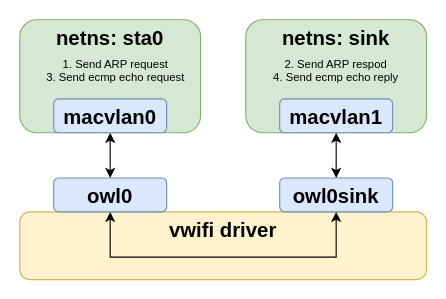
The draw.io diagram assets/vwifi.drawio in sysprog21/vwifi, before the edit. Source tidied: cells renumbered, new cells numbered last; positions are measured from the earlier drawing's top-left corner, leaving out a move shared by most shapes. Both pictures are drawn from the tidied source at 113%, with x=0, y=0 at pixel (19, 19).
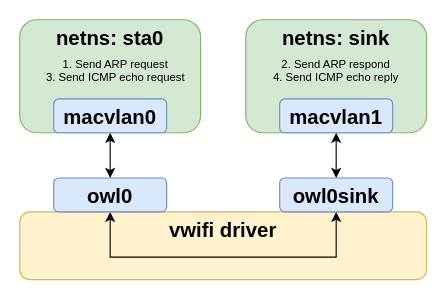
The same page after the edit.

Commit message (it also covers changes not shown here):
Fix data path diagram typo

The edit, as a diff of the source:
```diff
@@
 <mxGraphModel>
   <root>
     <mxCell id="0" />
     <mxCell id="1" parent="0" />
     <mxCell id="2" value="&lt;font style=&quot;font-size: 18px&quot;&gt;&lt;b&gt;netns: sta0&lt;/b&gt;&lt;/font&gt;" style="rounded=1;whiteSpace=wrap;html=1;fillColor=#d5e8d4;strokeColor=#82b366;verticalAlign=top;" parent="1" vertex="1">
       <mxGeometry width="160" height="100" as="geometry" />
     </mxCell>
     <mxCell id="3" value="&lt;font style=&quot;font-size: 18px&quot;&gt;&lt;b&gt;vwifi driver&lt;/b&gt;&lt;/font&gt;" style="rounded=1;whiteSpace=wrap;html=1;fillColor=#fff2cc;strokeColor=#d6b656;verticalAlign=top;" parent="1" vertex="1">
       <mxGeometry y="170" width="360" height="60" as="geometry" />
     </mxCell>
     <mxCell id="4" value="&lt;font style=&quot;font-size: 18px&quot;&gt;&lt;b&gt;netns: sink&lt;/b&gt;&lt;/font&gt;" style="rounded=1;whiteSpace=wrap;html=1;fillColor=#d5e8d4;strokeColor=#82b366;verticalAlign=top;" parent="1" vertex="1">
       <mxGeometry x="200" width="160" height="100" as="geometry" />
     </mxCell>
     <mxCell id="5" style="edgeStyle=orthogonalEdgeStyle;rounded=0;jettySize=auto;html=1;fontSize=18;entryX=0.5;entryY=1;entryDx=0;entryDy=0;startArrow=classic;startFill=1;" parent="1" edge="1" source="6" target="7">
       <mxGeometry relative="1" as="geometry">
         <Array as="points">
           <mxPoint x="80" y="210" />
           <mxPoint x="280" y="210" />
         </Array>
       </mxGeometry>
     </mxCell>
     <mxCell id="6" value="&lt;font style=&quot;font-size: 18px&quot;&gt;&lt;b&gt;owl0&lt;/b&gt;&lt;/font&gt;" style="rounded=1;whiteSpace=wrap;html=1;fillColor=#dae8fc;strokeColor=#6c8ebf;verticalAlign=top;" parent="1" vertex="1">
       <mxGeometry x="30" y="140" width="100" height="30" as="geometry" />
     </mxCell>
     <mxCell id="7" value="&lt;font style=&quot;font-size: 18px&quot;&gt;&lt;b&gt;owl0sink&lt;/b&gt;&lt;/font&gt;" style="rounded=1;whiteSpace=wrap;html=1;fillColor=#dae8fc;strokeColor=#6c8ebf;verticalAlign=top;" parent="1" vertex="1">
       <mxGeometry x="230" y="140" width="100" height="30" as="geometry" />
     </mxCell>
     <mxCell id="8" style="edgeStyle=orthogonalEdgeStyle;rounded=0;jettySize=auto;html=1;fontSize=18;startArrow=classic;startFill=1;" parent="1" edge="1" source="9" target="6">
       <mxGeometry relative="1" as="geometry" />
     </mxCell>
     <mxCell id="9" value="&lt;font style=&quot;font-size: 18px&quot;&gt;&lt;b&gt;macvlan0&lt;/b&gt;&lt;/font&gt;" style="rounded=1;whiteSpace=wrap;html=1;fillColor=#dae8fc;strokeColor=#6c8ebf;verticalAlign=top;" parent="1" vertex="1">
       <mxGeometry x="30" y="70" width="100" height="30" as="geometry" />
     </mxCell>
     <mxCell id="10" style="edgeStyle=orthogonalEdgeStyle;rounded=0;jettySize=auto;html=1;fontSize=18;startArrow=classic;startFill=1;" parent="1" edge="1" source="11" target="7">
       <mxGeometry relative="1" as="geometry" />
     </mxCell>
     <mxCell id="11" value="&lt;font style=&quot;font-size: 18px&quot;&gt;&lt;b&gt;macvlan1&lt;/b&gt;&lt;/font&gt;" style="rounded=1;whiteSpace=wrap;html=1;fillColor=#dae8fc;strokeColor=#6c8ebf;verticalAlign=top;" parent="1" vertex="1">
       <mxGeometry x="230" y="70" width="100" height="30" as="geometry" />
     </mxCell>
-    <mxCell id="12" value="1. Send ARP request&lt;br&gt;3. Send ecmp echo request" style="text;html=1;strokeColor=none;fillColor=none;align=center;verticalAlign=middle;whiteSpace=wrap;rounded=0;fontSize=10;" parent="1" vertex="1">
+    <mxCell id="12" value="1. Send ARP request&lt;br&gt;3. Send ICMP echo request" style="text;html=1;strokeColor=none;fillColor=none;align=center;verticalAlign=middle;whiteSpace=wrap;rounded=0;fontSize=10;" parent="1" vertex="1">
       <mxGeometry x="20" y="30" width="130" height="30" as="geometry" />
     </mxCell>
-    <mxCell id="13" value="2. Send ARP respod&lt;br&gt;4. Send ecmp echo reply" style="text;html=1;strokeColor=none;fillColor=none;align=center;verticalAlign=middle;whiteSpace=wrap;rounded=0;fontSize=10;" parent="1" vertex="1">
+    <mxCell id="13" value="2. Send ARP respond&lt;br&gt;4. Send ICMP echo reply" style="text;html=1;strokeColor=none;fillColor=none;align=center;verticalAlign=middle;whiteSpace=wrap;rounded=0;fontSize=10;" parent="1" vertex="1">
       <mxGeometry x="215" y="30" width="130" height="30" as="geometry" />
     </mxCell>
   </root>
 </mxGraphModel>
```
